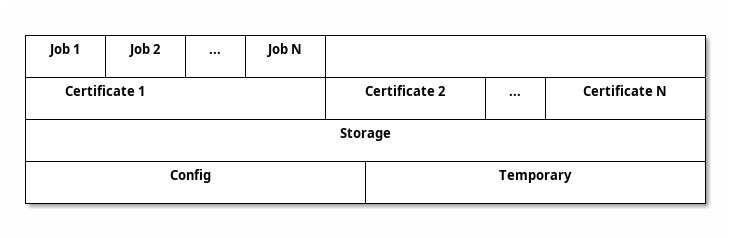
m3talsmith/jobberthehut keeps this PlantUML diagram as doc/diagram/library/components.png. Above is the earlier version. Its source is kept beside it as doc/diagram/library/components.puml.
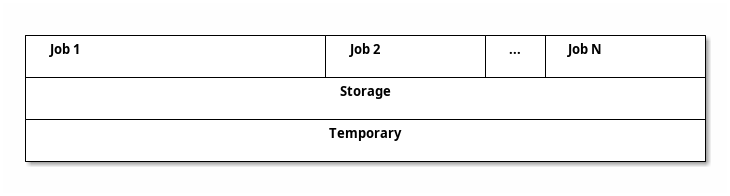
After the commit.

Diff of the diagram source:
```diff
@@ -1,15 +1,12 @@
 @startditaa components < -E
-+-------+-------+-----+-------+-------------------------------------+
-| Job 1 | Job 2 | ... | Job N |                                     |
-|       |       |     |       |                                     |
 +-------+-------+-----+-------+---------------+-----+---------------+
-| Certificate 1               | Certificate 2 | ... | Certificate N |
+| Job 1                       | Job 2         | ... | Job N         |
 |                             |               |     |               |
 +-----------------------------+---------------+-----+---------------+
 |                              Storage                              |
 |                                                                   |
 +---------------------------------+---------------------------------+
-|             Config              |            Temporary            |
-|                                 |                                 |
+|                             Temporary                             |
+|                                                                   |
 +---------------------------------+---------------------------------+
 @endumditaa
```
